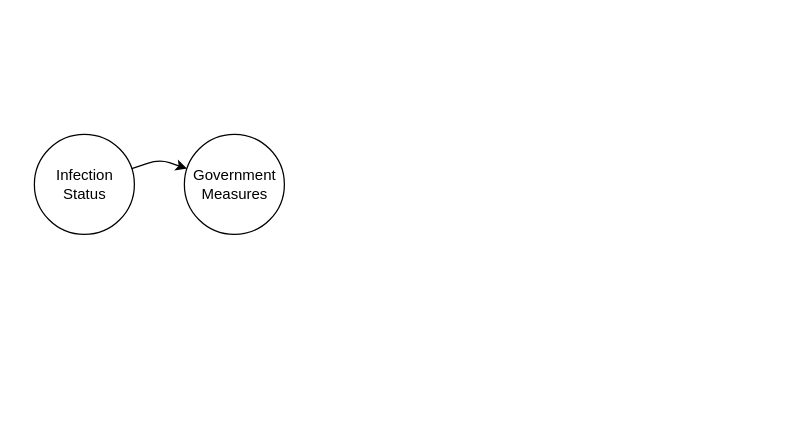
Before: Data Flow Diagram.drawio in emergent-analytics/emergent-engine, a draw.io diagram. Source tidied: cells renumbered, new cells numbered last; positions are measured from the earlier drawing's top-left corner, leaving out a move shared by most shapes. Both pictures are drawn from the tidied source at 125%, with x=0, y=0 at pixel (34, 134).
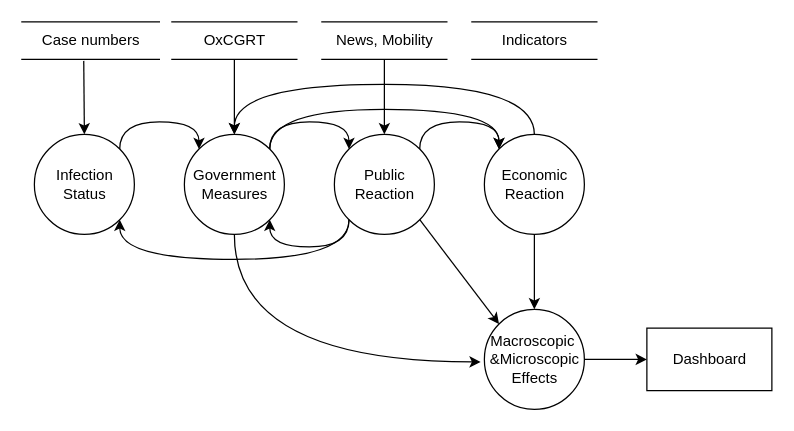
After the change.

The change refers to these unchanged cells:
```xml
<mxCell id="2" value="Infection&lt;br&gt;Status" style="shape=ellipse;html=1;dashed=0;whitespace=wrap;perimeter=ellipsePerimeter;" parent="1" vertex="1">
  <mxGeometry width="80" height="80" as="geometry" />
</mxCell>
<mxCell id="3" value="Government&lt;br&gt;Measures" style="shape=ellipse;html=1;dashed=0;whitespace=wrap;perimeter=ellipsePerimeter;" parent="1" vertex="1">
  <mxGeometry x="120" width="80" height="80" as="geometry" />
</mxCell>
```

The edit, as a diff of the source:
```diff
@@
+    <mxCell id="5" style="endArrow=classic;html=1;entryX=0.5;entryY=0;entryDx=0;entryDy=0;exitX=0.5;exitY=1;exitDx=0;exitDy=0;jumpStyle=gap;jumpSize=3;" parent="1" edge="1" source="24" target="6">
+      <mxGeometry relative="1" as="geometry" />
+    </mxCell>
@@
+    <mxCell id="6" value="Public&lt;br&gt;Reaction" style="shape=ellipse;html=1;dashed=0;whitespace=wrap;perimeter=ellipsePerimeter;" parent="1" vertex="1">
+      <mxGeometry x="240" width="80" height="80" as="geometry" />
+    </mxCell>
+    <mxCell id="7" style="endArrow=classic;html=1;entryX=0;entryY=0;entryDx=0;entryDy=0;exitX=1;exitY=0;exitDx=0;exitDy=0;edgeStyle=orthogonalEdgeStyle;curved=1;" parent="1" edge="1" source="3" target="6">
+      <mxGeometry relative="1" as="geometry">
+        <Array as="points">
+          <mxPoint x="188" y="-10" />
+          <mxPoint x="252" y="-10" />
+        </Array>
+      </mxGeometry>
+    </mxCell>
-    <mxCell id="4" style="endArrow=classic;html=1;" parent="1" edge="1" source="2" target="3">
+    <mxCell id="4" style="endArrow=classic;html=1;entryX=0;entryY=0;entryDx=0;entryDy=0;exitX=1;exitY=0;exitDx=0;exitDy=0;edgeStyle=orthogonalEdgeStyle;curved=1;" parent="1" edge="1" source="2" target="3">
       <mxGeometry relative="1" as="geometry">
         <Array as="points">
-          <mxPoint x="100" y="20" />
+          <mxPoint x="68" y="-10" />
+          <mxPoint x="132" y="-10" />
         </Array>
       </mxGeometry>
     </mxCell>
+    <mxCell id="8" value="Economic&lt;br&gt;Reaction" style="shape=ellipse;html=1;dashed=0;whitespace=wrap;perimeter=ellipsePerimeter;" parent="1" vertex="1">
+      <mxGeometry x="360" width="80" height="80" as="geometry" />
+    </mxCell>
+    <mxCell id="9" style="endArrow=classic;html=1;entryX=0;entryY=0;entryDx=0;entryDy=0;exitX=1;exitY=0;exitDx=0;exitDy=0;edgeStyle=orthogonalEdgeStyle;curved=1;" parent="1" edge="1" source="3" target="8">
+      <mxGeometry relative="1" as="geometry">
+        <Array as="points">
+          <mxPoint x="188" y="-20" />
+          <mxPoint x="372" y="-20" />
+        </Array>
+      </mxGeometry>
+    </mxCell>
+    <mxCell id="10" style="endArrow=classic;html=1;entryX=0;entryY=0;entryDx=0;entryDy=0;exitX=1;exitY=0;exitDx=0;exitDy=0;edgeStyle=orthogonalEdgeStyle;curved=1;" parent="1" edge="1" source="6" target="8">
+      <mxGeometry relative="1" as="geometry">
+        <Array as="points">
+          <mxPoint x="308" y="-10" />
+          <mxPoint x="372" y="-10" />
+        </Array>
+      </mxGeometry>
+    </mxCell>
+    <mxCell id="11" value="Macroscopic&amp;nbsp;&lt;br&gt;&amp;amp;Microscopic&lt;br&gt;Effects" style="shape=ellipse;html=1;dashed=0;whitespace=wrap;perimeter=ellipsePerimeter;" parent="1" vertex="1">
+      <mxGeometry x="360" y="140" width="80" height="80" as="geometry" />
+    </mxCell>
+    <mxCell id="12" style="endArrow=classic;html=1;exitX=0;exitY=1;exitDx=0;exitDy=0;entryX=1;entryY=1;entryDx=0;entryDy=0;edgeStyle=orthogonalEdgeStyle;curved=1;" parent="1" edge="1" source="6" target="2">
+      <mxGeometry relative="1" as="geometry">
+        <Array as="points">
+          <mxPoint x="252" y="100" />
+          <mxPoint x="68" y="100" />
+        </Array>
+      </mxGeometry>
+    </mxCell>
+    <mxCell id="13" style="endArrow=classic;html=1;entryX=1;entryY=1;entryDx=0;entryDy=0;exitX=0;exitY=1;exitDx=0;exitDy=0;edgeStyle=orthogonalEdgeStyle;curved=1;" parent="1" edge="1" source="6" target="3">
+      <mxGeometry relative="1" as="geometry">
+        <Array as="points">
+          <mxPoint x="252" y="90" />
+          <mxPoint x="188" y="90" />
+        </Array>
+      </mxGeometry>
+    </mxCell>
+    <mxCell id="14" style="endArrow=classic;html=1;exitX=0.5;exitY=0;exitDx=0;exitDy=0;entryX=0.5;entryY=0;entryDx=0;entryDy=0;edgeStyle=orthogonalEdgeStyle;curved=1;" parent="1" edge="1" source="8" target="3">
+      <mxGeometry relative="1" as="geometry">
+        <Array as="points">
+          <mxPoint x="400" y="-40" />
+          <mxPoint x="160" y="-40" />
+        </Array>
+      </mxGeometry>
+    </mxCell>
+    <mxCell id="15" style="endArrow=classic;html=1;entryX=0.5;entryY=0;entryDx=0;entryDy=0;exitX=0.5;exitY=1;exitDx=0;exitDy=0;" parent="1" edge="1" source="8" target="11">
+      <mxGeometry relative="1" as="geometry" />
+    </mxCell>
+    <mxCell id="16" style="endArrow=classic;html=1;entryX=0;entryY=0;entryDx=0;entryDy=0;exitX=1;exitY=1;exitDx=0;exitDy=0;" parent="1" edge="1" source="6" target="11">
+      <mxGeometry relative="1" as="geometry" />
+    </mxCell>
+    <mxCell id="17" style="endArrow=classic;html=1;exitX=0.5;exitY=1;exitDx=0;exitDy=0;entryX=-0.037;entryY=0.525;entryDx=0;entryDy=0;entryPerimeter=0;edgeStyle=orthogonalEdgeStyle;curved=1;" parent="1" edge="1" source="3" target="11">
+      <mxGeometry relative="1" as="geometry">
+        <Array as="points">
+          <mxPoint x="160" y="182" />
+        </Array>
+      </mxGeometry>
+    </mxCell>
+    <mxCell id="18" value="Dashboard" style="html=1;dashed=0;whitespace=wrap;" parent="1" vertex="1">
+      <mxGeometry x="490" y="155" width="100" height="50" as="geometry" />
+    </mxCell>
+    <mxCell id="19" style="endArrow=classic;html=1;entryX=0;entryY=0.5;entryDx=0;entryDy=0;exitX=1;exitY=0.5;exitDx=0;exitDy=0;" parent="1" edge="1" source="11" target="18">
+      <mxGeometry relative="1" as="geometry" />
+    </mxCell>
+    <mxCell id="20" value="OxCGRT" style="html=1;dashed=0;whitespace=wrap;shape=partialRectangle;right=0;left=0;" parent="1" vertex="1">
+      <mxGeometry x="110" y="-90" width="100" height="30" as="geometry" />
+    </mxCell>
+    <mxCell id="21" value="Case numbers" style="html=1;dashed=0;whitespace=wrap;shape=partialRectangle;right=0;left=0;" parent="1" vertex="1">
+      <mxGeometry x="-10" y="-90" width="110" height="30" as="geometry" />
+    </mxCell>
+    <mxCell id="22" style="endArrow=classic;html=1;entryX=0.5;entryY=0;entryDx=0;entryDy=0;exitX=0.5;exitY=1;exitDx=0;exitDy=0;" parent="1" edge="1" source="20" target="3">
+      <mxGeometry relative="1" as="geometry" />
+    </mxCell>
+    <mxCell id="23" style="endArrow=classic;html=1;exitX=0.45;exitY=1.04;exitDx=0;exitDy=0;exitPerimeter=0;" parent="1" edge="1" source="21" target="2">
+      <mxGeometry relative="1" as="geometry" />
+    </mxCell>
+    <mxCell id="24" value="News, Mobility" style="html=1;dashed=0;whitespace=wrap;shape=partialRectangle;right=0;left=0;" parent="1" vertex="1">
+      <mxGeometry x="230" y="-90" width="100" height="30" as="geometry" />
+    </mxCell>
+    <mxCell id="25" value="Indicators" style="html=1;dashed=0;whitespace=wrap;shape=partialRectangle;right=0;left=0;" parent="1" vertex="1">
+      <mxGeometry x="350" y="-90" width="100" height="30" as="geometry" />
+    </mxCell>
```
